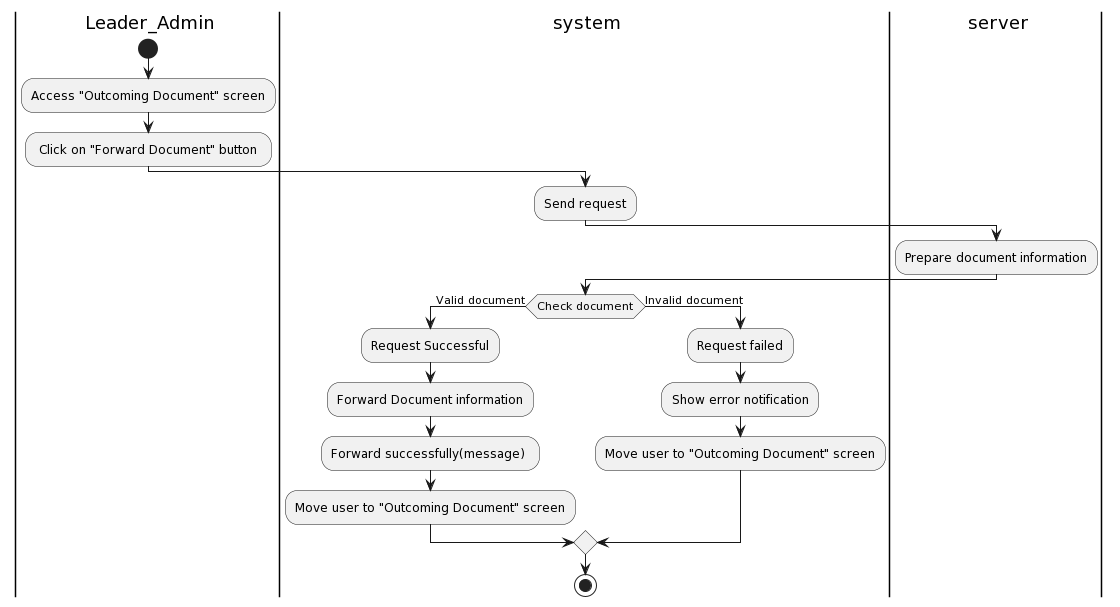
Above: Lab1/Lab1.2/Activity Diagram/IncomingDocument/ForwardIncomingDocument/ForwardIncomingDocument.png in khoapham1003/SE357-Pratice-class (PlantUML), before the change.
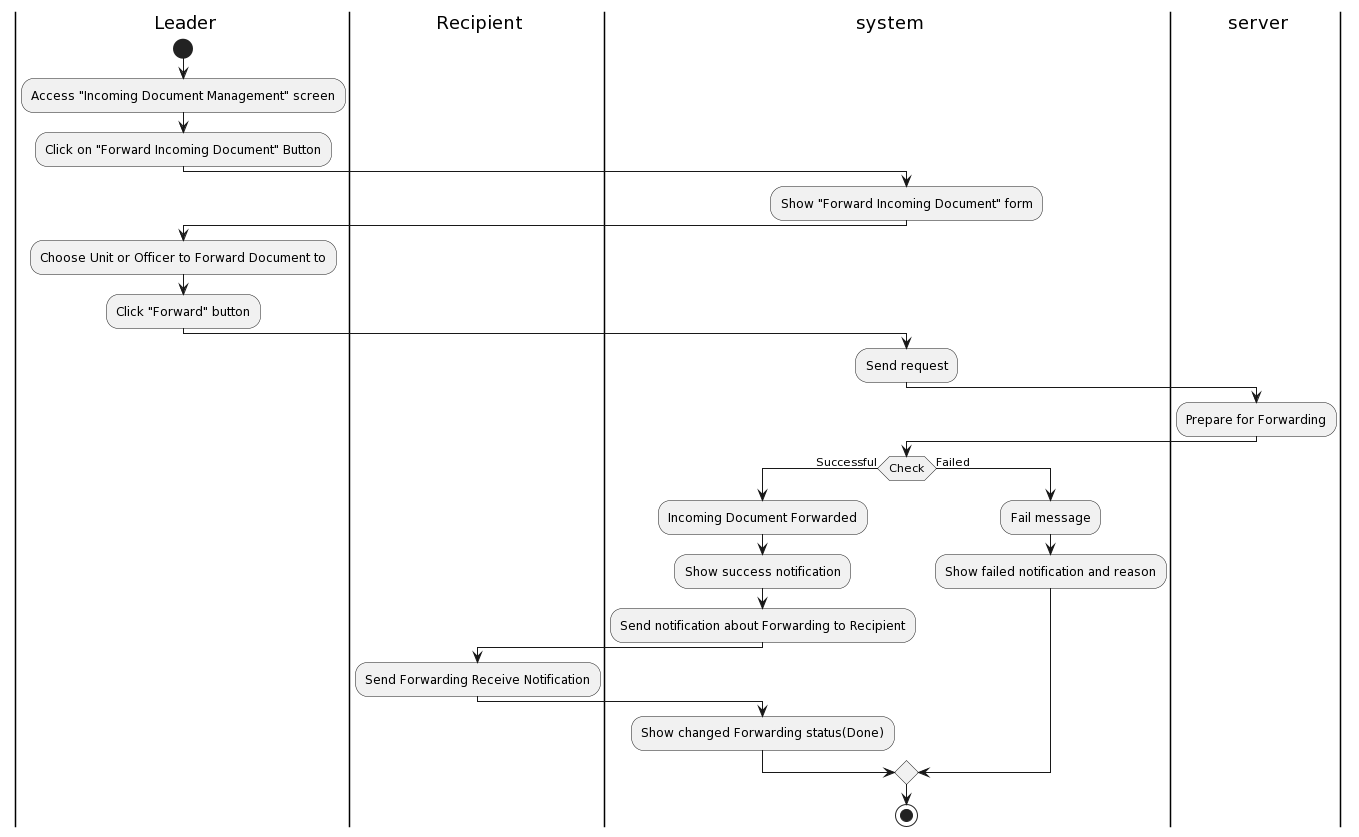
The same file after the commit.

The edit, as a diff of the source:
```diff
@@ -1,28 +1,34 @@
 @startuml
-|a| Leader_Admin
+|a| Leader
+|a1| Recipient
 |sys| system
 |ser| server
 |a|
 start
-:Access "Outcoming Document" screen;
-: Click on "Forward Document" button ;
+:Access "Incoming Document Management" screen;
+:Click on "Forward Incoming Document" Button;
+|sys|
+:Show "Forward Incoming Document" form;
+|a|
+:Choose Unit or Officer to Forward Document to;
+:Click "Forward" button;
 |sys|
 :Send request;
 |ser|
-:Prepare document information;
+:Prepare for Forwarding;
 |sys|
-if (Check document) then (Valid document)
-:Request Successful;
-:Forward Document information;
-:Forward successfully(message) ;
-:Move user to "Outcoming Document" screen;
-else (Invalid document)
-:Request failed;
-:Show error notification;
-:Move user to "Outcoming Document" screen;
+if(Check) then (Successful)
+:Incoming Document Forwarded;
+:Show success notification;
+:Send notification about Forwarding to Recipient;
+|a1|
+:Send Forwarding Receive Notification;
+|sys|
+:Show changed Forwarding status(Done);
+else (Failed)
+:Fail message;
+:Show failed notification and reason;
 endif
-
-
 
 stop
 @enduml
```
